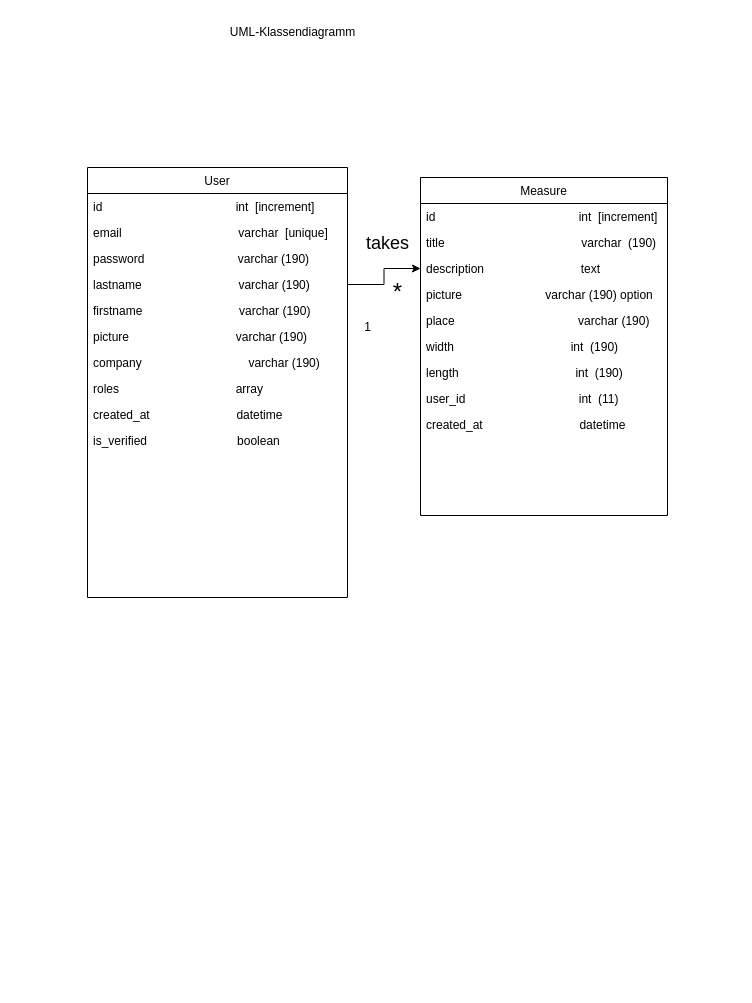
Before: vermessung_raumen/UML-Klassendiagramm .drawio in cyrisa02/diagrammes-UML, a draw.io diagram. Source tidied: cells renumbered, new cells numbered last; positions are measured from the earlier drawing's top-left corner, leaving out a move shared by most shapes. Both pictures are drawn from the tidied source at 100%, with x=0, y=0 at pixel (87, 17).
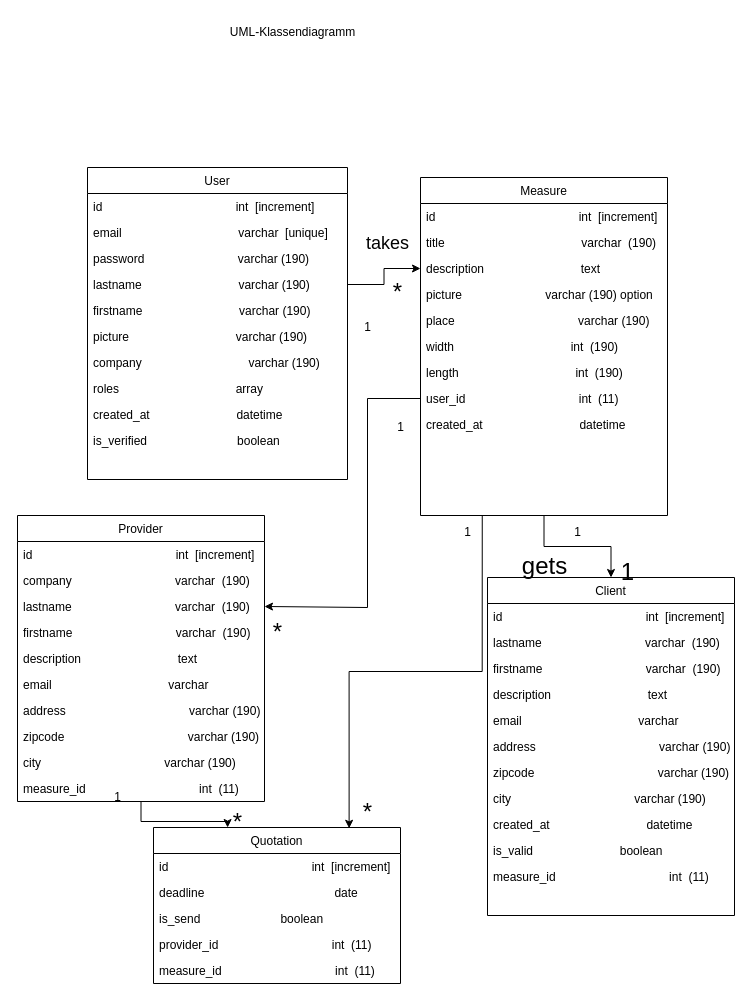
After the change.

Commit message:
Mettre à jour UML-Klassendiagramm .drawio

The change refers to these unchanged cells:
```xml
<mxCell id="13" value="Measure" style="swimlane;fontStyle=0;align=center;verticalAlign=top;horizontal=1;startSize=26;rounded=0;shadow=0;strokeWidth=1;" parent="1" vertex="1">
  <mxGeometry x="333" y="160" width="247" height="338" as="geometry" />
</mxCell>
<mxCell id="21" value="user_id                                  int  (11)" style="text;align=left;verticalAlign=top;spacingLeft=4;spacingRight=4;overflow=hidden;points=[[0,0.5],[1,0.5]];portConstraint=eastwest;" parent="13" vertex="1">
  <mxGeometry y="208" width="247" height="26" as="geometry" />
</mxCell>
```

The edit, as a diff of the source:
```diff
@@
     <mxCell id="2" value="User" style="swimlane;fontStyle=0;align=center;verticalAlign=top;horizontal=1;startSize=26;rounded=0;shadow=0;strokeWidth=1;" parent="1" vertex="1">
-      <mxGeometry y="150" width="260" height="430" as="geometry" />
+      <mxGeometry y="150" width="260" height="312" as="geometry" />
     </mxCell>
@@
+    <mxCell id="28" style="edgeStyle=orthogonalEdgeStyle;rounded=0;jettySize=auto;html=1;exitX=0.5;exitY=1;exitDx=0;exitDy=0;entryX=0.5;entryY=0;entryDx=0;entryDy=0;" parent="1" edge="1" source="13" target="30">
+      <mxGeometry relative="1" as="geometry" />
+    </mxCell>
+    <mxCell id="29" style="edgeStyle=orthogonalEdgeStyle;rounded=0;jettySize=auto;html=1;exitX=0.25;exitY=1;exitDx=0;exitDy=0;entryX=0.792;entryY=0.005;entryDx=0;entryDy=0;entryPerimeter=0;fontSize=24;" parent="1" edge="1" source="13" target="58">
+      <mxGeometry relative="1" as="geometry" />
+    </mxCell>
@@
+    <mxCell id="30" value="Client" style="swimlane;fontStyle=0;align=center;verticalAlign=top;horizontal=1;startSize=26;rounded=0;shadow=0;strokeWidth=1;" parent="1" vertex="1">
+      <mxGeometry x="400" y="560" width="247" height="338" as="geometry" />
+    </mxCell>
+    <mxCell id="31" value="id                                           int  [increment]" style="text;align=left;verticalAlign=top;spacingLeft=4;spacingRight=4;overflow=hidden;" parent="30" vertex="1">
+      <mxGeometry y="26" width="247" height="26" as="geometry" />
+    </mxCell>
+    <mxCell id="32" value="lastname                               varchar  (190)" style="text;align=left;verticalAlign=top;spacingLeft=4;spacingRight=4;overflow=hidden;" parent="30" vertex="1">
+      <mxGeometry y="52" width="247" height="26" as="geometry" />
+    </mxCell>
+    <mxCell id="33" value="firstname                               varchar  (190)" style="text;align=left;verticalAlign=top;spacingLeft=4;spacingRight=4;overflow=hidden;" parent="30" vertex="1">
+      <mxGeometry y="78" width="247" height="26" as="geometry" />
+    </mxCell>
+    <mxCell id="34" value="description                             text" style="text;align=left;verticalAlign=top;spacingLeft=4;spacingRight=4;overflow=hidden;" parent="30" vertex="1">
+      <mxGeometry y="104" width="247" height="26" as="geometry" />
+    </mxCell>
+    <mxCell id="35" value="email                                   varchar  " style="text;align=left;verticalAlign=top;spacingLeft=4;spacingRight=4;overflow=hidden;" parent="30" vertex="1">
+      <mxGeometry y="130" width="247" height="26" as="geometry" />
+    </mxCell>
+    <mxCell id="36" value="address                                     varchar (190)" style="text;align=left;verticalAlign=top;spacingLeft=4;spacingRight=4;overflow=hidden;" parent="30" vertex="1">
+      <mxGeometry y="156" width="247" height="26" as="geometry" />
+    </mxCell>
+    <mxCell id="37" value="zipcode                                     varchar (190)" style="text;align=left;verticalAlign=top;spacingLeft=4;spacingRight=4;overflow=hidden;" parent="30" vertex="1">
+      <mxGeometry y="182" width="247" height="26" as="geometry" />
+    </mxCell>
+    <mxCell id="38" value="city                                     varchar (190)" style="text;align=left;verticalAlign=top;spacingLeft=4;spacingRight=4;overflow=hidden;" parent="30" vertex="1">
+      <mxGeometry y="208" width="247" height="26" as="geometry" />
+    </mxCell>
+    <mxCell id="39" value="created_at                             datetime" style="text;align=left;verticalAlign=top;spacingLeft=4;spacingRight=4;overflow=hidden;" parent="30" vertex="1">
+      <mxGeometry y="234" width="247" height="26" as="geometry" />
+    </mxCell>
+    <mxCell id="40" value="is_valid                          boolean" style="text;align=left;verticalAlign=top;spacingLeft=4;spacingRight=4;overflow=hidden;" parent="30" vertex="1">
+      <mxGeometry y="260" width="247" height="26" as="geometry" />
+    </mxCell>
+    <mxCell id="41" value="measure_id                                  int  (11)" style="text;align=left;verticalAlign=top;spacingLeft=4;spacingRight=4;overflow=hidden;" parent="30" vertex="1">
+      <mxGeometry y="286" width="247" height="26" as="geometry" />
+    </mxCell>
+    <mxCell id="42" value="1" style="text;html=1;align=center;verticalAlign=middle;fillColor=none;strokeColor=none;rounded=0;" parent="1" vertex="1">
+      <mxGeometry x="480" y="505" width="20" height="20" as="geometry" />
+    </mxCell>
+    <mxCell id="43" value="1" style="text;html=1;align=center;verticalAlign=middle;fillColor=none;strokeColor=none;rounded=0;fontSize=24;" parent="1" vertex="1">
+      <mxGeometry x="520" y="535" width="40" height="40" as="geometry" />
+    </mxCell>
+    <mxCell id="44" value="&lt;font style=&quot;font-size: 24px;&quot;&gt;gets&lt;/font&gt;" style="text;html=1;align=center;verticalAlign=middle;fillColor=none;strokeColor=none;rounded=0;fontSize=48;" parent="1" vertex="1">
+      <mxGeometry x="421.5" y="505" width="70" height="70" as="geometry" />
+    </mxCell>
+    <mxCell id="45" style="edgeStyle=orthogonalEdgeStyle;rounded=0;jettySize=auto;html=1;exitX=0.5;exitY=1;exitDx=0;exitDy=0;entryX=0.3;entryY=0;entryDx=0;entryDy=0;entryPerimeter=0;fontSize=24;" parent="1" edge="1" source="46" target="58">
+      <mxGeometry relative="1" as="geometry" />
+    </mxCell>
+    <mxCell id="46" value="Provider" style="swimlane;fontStyle=0;align=center;verticalAlign=top;horizontal=1;startSize=26;rounded=0;shadow=0;strokeWidth=1;" parent="1" vertex="1">
+      <mxGeometry x="-70" y="498" width="247" height="286" as="geometry" />
+    </mxCell>
+    <mxCell id="47" value="id                                           int  [increment]" style="text;align=left;verticalAlign=top;spacingLeft=4;spacingRight=4;overflow=hidden;" parent="46" vertex="1">
+      <mxGeometry y="26" width="247" height="26" as="geometry" />
+    </mxCell>
+    <mxCell id="48" value="company                               varchar  (190)" style="text;align=left;verticalAlign=top;spacingLeft=4;spacingRight=4;overflow=hidden;" parent="46" vertex="1">
+      <mxGeometry y="52" width="247" height="26" as="geometry" />
+    </mxCell>
+    <mxCell id="49" value="lastname                               varchar  (190)" style="text;align=left;verticalAlign=top;spacingLeft=4;spacingRight=4;overflow=hidden;points=[[0,0.5],[1,0.5]];portConstraint=eastwest;" parent="46" vertex="1">
+      <mxGeometry y="78" width="247" height="26" as="geometry" />
+    </mxCell>
+    <mxCell id="50" value="firstname                               varchar  (190)" style="text;align=left;verticalAlign=top;spacingLeft=4;spacingRight=4;overflow=hidden;" parent="46" vertex="1">
+      <mxGeometry y="104" width="247" height="26" as="geometry" />
+    </mxCell>
+    <mxCell id="51" value="description                             text" style="text;align=left;verticalAlign=top;spacingLeft=4;spacingRight=4;overflow=hidden;" parent="46" vertex="1">
+      <mxGeometry y="130" width="247" height="26" as="geometry" />
+    </mxCell>
+    <mxCell id="52" value="email                                   varchar  " style="text;align=left;verticalAlign=top;spacingLeft=4;spacingRight=4;overflow=hidden;" parent="46" vertex="1">
+      <mxGeometry y="156" width="247" height="26" as="geometry" />
+    </mxCell>
+    <mxCell id="53" value="address                                     varchar (190)" style="text;align=left;verticalAlign=top;spacingLeft=4;spacingRight=4;overflow=hidden;" parent="46" vertex="1">
+      <mxGeometry y="182" width="247" height="26" as="geometry" />
+    </mxCell>
+    <mxCell id="54" value="zipcode                                     varchar (190)" style="text;align=left;verticalAlign=top;spacingLeft=4;spacingRight=4;overflow=hidden;" parent="46" vertex="1">
+      <mxGeometry y="208" width="247" height="26" as="geometry" />
+    </mxCell>
+    <mxCell id="55" value="city                                     varchar (190)" style="text;align=left;verticalAlign=top;spacingLeft=4;spacingRight=4;overflow=hidden;" parent="46" vertex="1">
+      <mxGeometry y="234" width="247" height="26" as="geometry" />
+    </mxCell>
+    <mxCell id="56" value="measure_id                                  int  (11)" style="text;align=left;verticalAlign=top;spacingLeft=4;spacingRight=4;overflow=hidden;" parent="46" vertex="1">
+      <mxGeometry y="260" width="247" height="26" as="geometry" />
+    </mxCell>
+    <mxCell id="57" style="edgeStyle=orthogonalEdgeStyle;rounded=0;jettySize=auto;html=1;exitX=0;exitY=0.5;exitDx=0;exitDy=0;entryX=1;entryY=0.5;entryDx=0;entryDy=0;fontSize=24;" parent="1" edge="1" source="21" target="49">
+      <mxGeometry relative="1" as="geometry">
+        <Array as="points">
+          <mxPoint x="280" y="381" />
+          <mxPoint x="280" y="590" />
+          <mxPoint x="177" y="590" />
+        </Array>
+      </mxGeometry>
+    </mxCell>
+    <mxCell id="58" value="Quotation" style="swimlane;fontStyle=0;align=center;verticalAlign=top;horizontal=1;startSize=26;rounded=0;shadow=0;strokeWidth=1;" parent="1" vertex="1">
+      <mxGeometry x="66" y="810" width="247" height="156" as="geometry" />
+    </mxCell>
+    <mxCell id="59" value="id                                           int  [increment]" style="text;align=left;verticalAlign=top;spacingLeft=4;spacingRight=4;overflow=hidden;" parent="58" vertex="1">
+      <mxGeometry y="26" width="247" height="26" as="geometry" />
+    </mxCell>
+    <mxCell id="60" value="deadline                                                                date" style="text;align=left;verticalAlign=top;spacingLeft=4;spacingRight=4;overflow=hidden;" parent="58" vertex="1">
+      <mxGeometry y="52" width="247" height="26" as="geometry" />
+    </mxCell>
+    <mxCell id="61" value="is_send                        boolean" style="text;align=left;verticalAlign=top;spacingLeft=4;spacingRight=4;overflow=hidden;" parent="58" vertex="1">
+      <mxGeometry y="78" width="247" height="26" as="geometry" />
+    </mxCell>
+    <mxCell id="62" value="provider_id                                  int  (11)" style="text;align=left;verticalAlign=top;spacingLeft=4;spacingRight=4;overflow=hidden;" parent="58" vertex="1">
+      <mxGeometry y="104" width="247" height="26" as="geometry" />
+    </mxCell>
+    <mxCell id="63" value="measure_id                                  int  (11)" style="text;align=left;verticalAlign=top;spacingLeft=4;spacingRight=4;overflow=hidden;" parent="58" vertex="1">
+      <mxGeometry y="130" width="247" height="26" as="geometry" />
+    </mxCell>
+    <mxCell id="64" value="*" style="text;html=1;align=center;verticalAlign=middle;fillColor=none;strokeColor=none;rounded=0;fontSize=24;" parent="1" vertex="1">
+      <mxGeometry x="270" y="780" width="20" height="30" as="geometry" />
+    </mxCell>
+    <mxCell id="65" value="1" style="text;html=1;align=center;verticalAlign=middle;fillColor=none;strokeColor=none;rounded=0;" parent="1" vertex="1">
+      <mxGeometry x="370" y="505" width="20" height="20" as="geometry" />
+    </mxCell>
+    <mxCell id="66" value="*" style="text;html=1;align=center;verticalAlign=middle;fillColor=none;strokeColor=none;rounded=0;fontSize=24;" parent="1" vertex="1">
+      <mxGeometry x="140" y="790" width="20" height="30" as="geometry" />
+    </mxCell>
+    <mxCell id="67" value="1" style="text;html=1;align=center;verticalAlign=middle;fillColor=none;strokeColor=none;rounded=0;" parent="1" vertex="1">
+      <mxGeometry x="20" y="770" width="20" height="20" as="geometry" />
+    </mxCell>
+    <mxCell id="68" value="*" style="text;html=1;align=center;verticalAlign=middle;fillColor=none;strokeColor=none;rounded=0;fontSize=24;" parent="1" vertex="1">
+      <mxGeometry x="180" y="600" width="20" height="30" as="geometry" />
+    </mxCell>
+    <mxCell id="69" value="1" style="text;html=1;align=center;verticalAlign=middle;fillColor=none;strokeColor=none;rounded=0;" parent="1" vertex="1">
+      <mxGeometry x="303" y="400" width="20" height="20" as="geometry" />
+    </mxCell>
```
